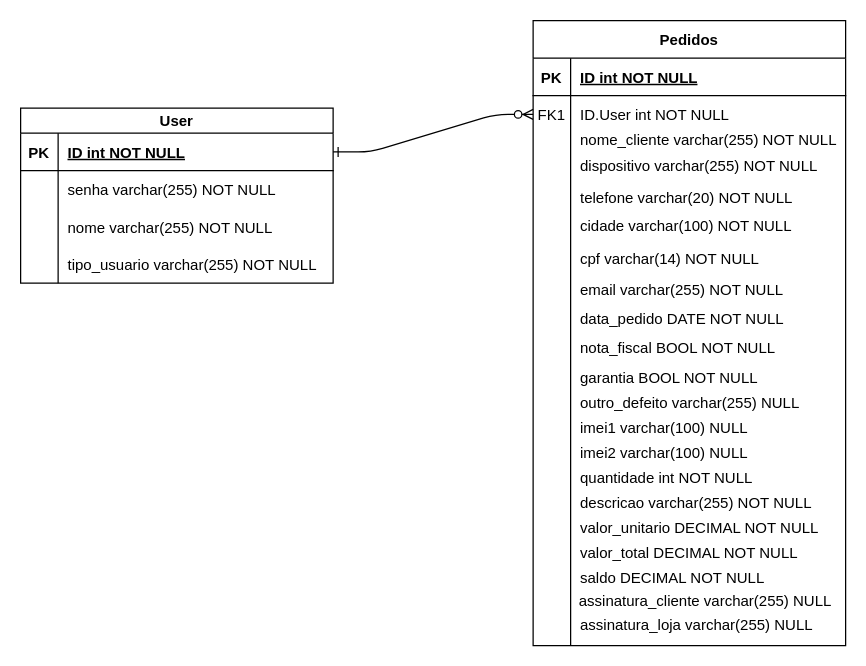
Earlier version of the draw.io diagram Modelo_Logico.drawio (ArcanjoDaGuarda/AnjoProjetos). Source tidied: cells renumbered, new cells numbered last; positions are measured from the earlier drawing's top-left corner, leaving out a move shared by most shapes. Both pictures are drawn from the tidied source at 125%, with x=0, y=0 at pixel (20, 20).
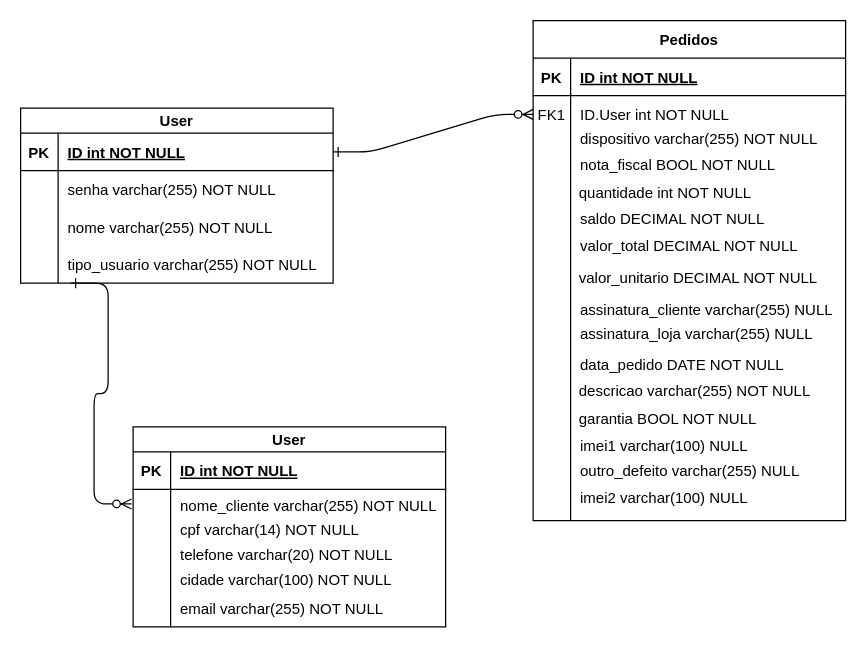
After the change.

The edit, as a diff of the source:
```diff
@@
     <mxCell id="12" value="Pedidos" style="shape=table;startSize=30;childLayout=tableLayout;rowLines=0;fontStyle=1;align=center;" parent="1" vertex="1">
-      <mxGeometry x="410" width="250" height="500" as="geometry" />
+      <mxGeometry x="410" width="250" height="400" as="geometry" />
     </mxCell>
@@
     <mxCell id="19" style="shape=partialRectangle;fillColor=none;top=0;left=0;right=0;bottom=0;" parent="12" vertex="1">
-      <mxGeometry y="90" width="250" height="410" as="geometry" />
+      <mxGeometry y="90" width="250" height="310" as="geometry" />
     </mxCell>
     <mxCell id="20" style="shape=partialRectangle;overflow=hidden;fillColor=none;top=0;left=0;bottom=0;right=0;" parent="19" vertex="1">
-      <mxGeometry width="30" height="410" as="geometry" />
+      <mxGeometry width="30" height="310" as="geometry" />
     </mxCell>
     <mxCell id="21" style="shape=partialRectangle;overflow=hidden;fillColor=none;top=0;left=0;bottom=0;right=0;align=left;spacingLeft=6;" parent="19" vertex="1">
-      <mxGeometry x="30" width="220" height="410" as="geometry" />
+      <mxGeometry x="30" width="220" height="310" as="geometry" />
     </mxCell>
     <mxCell id="22" value="nome_cliente varchar(255) NOT NULL" style="shape=partialRectangle;overflow=hidden;fillColor=none;top=0;left=0;bottom=0;right=0;align=left;spacingLeft=6;" parent="1" vertex="1">
-      <mxGeometry x="440" y="80" width="220" height="30" as="geometry" />
+      <mxGeometry x="120" y="373" width="220" height="30" as="geometry" />
     </mxCell>
     <mxCell id="23" value="dispositivo varchar(255) NOT NULL" style="shape=partialRectangle;overflow=hidden;fillColor=none;top=0;left=0;bottom=0;right=0;align=left;spacingLeft=6;" parent="1" vertex="1">
-      <mxGeometry x="440" y="101" width="220" height="30" as="geometry" />
+      <mxGeometry x="440" y="79" width="220" height="30" as="geometry" />
     </mxCell>
     <mxCell id="24" value="telefone varchar(20) NOT NULL" style="shape=partialRectangle;overflow=hidden;fillColor=none;top=0;left=0;bottom=0;right=0;align=left;spacingLeft=6;" parent="1" vertex="1">
-      <mxGeometry x="440" y="126" width="220" height="30" as="geometry" />
+      <mxGeometry x="120" y="412" width="220" height="30" as="geometry" />
     </mxCell>
     <mxCell id="25" value="cidade varchar(100) NOT NULL" style="shape=partialRectangle;overflow=hidden;fillColor=none;top=0;left=0;bottom=0;right=0;align=left;spacingLeft=6;" parent="1" vertex="1">
-      <mxGeometry x="440" y="149" width="220" height="30" as="geometry" />
+      <mxGeometry x="120" y="432" width="220" height="30" as="geometry" />
     </mxCell>
     <mxCell id="26" value="cpf varchar(14) NOT NULL" style="shape=partialRectangle;overflow=hidden;fillColor=none;top=0;left=0;bottom=0;right=0;align=left;spacingLeft=6;" parent="1" vertex="1">
-      <mxGeometry x="440" y="175" width="220" height="30" as="geometry" />
+      <mxGeometry x="120" y="392" width="220" height="30" as="geometry" />
     </mxCell>
     <mxCell id="27" value="email varchar(255) NOT NULL" style="shape=partialRectangle;overflow=hidden;fillColor=none;top=0;left=0;bottom=0;right=0;align=left;spacingLeft=6;" parent="1" vertex="1">
-      <mxGeometry x="440" y="200" width="220" height="30" as="geometry" />
+      <mxGeometry x="120" y="455" width="220" height="30" as="geometry" />
     </mxCell>
     <mxCell id="28" value="data_pedido DATE NOT NULL" style="shape=partialRectangle;overflow=hidden;fillColor=none;top=0;left=0;bottom=0;right=0;align=left;spacingLeft=6;" parent="1" vertex="1">
-      <mxGeometry x="440" y="223" width="220" height="30" as="geometry" />
+      <mxGeometry x="440" y="260" width="220" height="30" as="geometry" />
     </mxCell>
     <mxCell id="29" value="nota_fiscal BOOL NOT NULL" style="shape=partialRectangle;overflow=hidden;fillColor=none;top=0;left=0;bottom=0;right=0;align=left;spacingLeft=6;" parent="1" vertex="1">
-      <mxGeometry x="440" y="246" width="220" height="30" as="geometry" />
+      <mxGeometry x="440" y="100" width="220" height="30" as="geometry" />
     </mxCell>
     <mxCell id="30" value="garantia BOOL NOT NULL" style="shape=partialRectangle;overflow=hidden;fillColor=none;top=0;left=0;bottom=0;right=0;align=left;spacingLeft=6;" parent="1" vertex="1">
-      <mxGeometry x="440" y="270" width="220" height="30" as="geometry" />
+      <mxGeometry x="439" y="303" width="220" height="30" as="geometry" />
     </mxCell>
     <mxCell id="31" value="outro_defeito varchar(255) NULL" style="shape=partialRectangle;overflow=hidden;fillColor=none;top=0;left=0;bottom=0;right=0;align=left;spacingLeft=6;" parent="1" vertex="1">
-      <mxGeometry x="440" y="290" width="220" height="30" as="geometry" />
+      <mxGeometry x="440" y="345" width="220" height="30" as="geometry" />
     </mxCell>
     <mxCell id="32" value="imei1 varchar(100) NULL" style="shape=partialRectangle;overflow=hidden;fillColor=none;top=0;left=0;bottom=0;right=0;align=left;spacingLeft=6;" parent="1" vertex="1">
-      <mxGeometry x="440" y="310" width="220" height="30" as="geometry" />
+      <mxGeometry x="440" y="325" width="220" height="30" as="geometry" />
     </mxCell>
     <mxCell id="33" value="imei2 varchar(100) NULL" style="shape=partialRectangle;overflow=hidden;fillColor=none;top=0;left=0;bottom=0;right=0;align=left;spacingLeft=6;" parent="1" vertex="1">
-      <mxGeometry x="440" y="330" width="220" height="30" as="geometry" />
+      <mxGeometry x="440" y="366" width="220" height="30" as="geometry" />
     </mxCell>
     <mxCell id="34" value="quantidade int NOT NULL" style="shape=partialRectangle;overflow=hidden;fillColor=none;top=0;left=0;bottom=0;right=0;align=left;spacingLeft=6;" parent="1" vertex="1">
-      <mxGeometry x="440" y="350" width="220" height="30" as="geometry" />
+      <mxGeometry x="439" y="122" width="220" height="30" as="geometry" />
     </mxCell>
     <mxCell id="35" value="descricao varchar(255) NOT NULL" style="shape=partialRectangle;overflow=hidden;fillColor=none;top=0;left=0;bottom=0;right=0;align=left;spacingLeft=6;" parent="1" vertex="1">
-      <mxGeometry x="440" y="370" width="220" height="30" as="geometry" />
+      <mxGeometry x="439" y="281" width="220" height="30" as="geometry" />
     </mxCell>
     <mxCell id="36" value="valor_unitario DECIMAL NOT NULL" style="shape=partialRectangle;overflow=hidden;fillColor=none;top=0;left=0;bottom=0;right=0;align=left;spacingLeft=6;" parent="1" vertex="1">
-      <mxGeometry x="440" y="390" width="220" height="30" as="geometry" />
+      <mxGeometry x="439" y="190" width="220" height="30" as="geometry" />
     </mxCell>
     <mxCell id="37" value="valor_total DECIMAL NOT NULL" style="shape=partialRectangle;overflow=hidden;fillColor=none;top=0;left=0;bottom=0;right=0;align=left;spacingLeft=6;" parent="1" vertex="1">
-      <mxGeometry x="440" y="410" width="220" height="30" as="geometry" />
+      <mxGeometry x="440" y="165" width="220" height="30" as="geometry" />
     </mxCell>
     <mxCell id="38" value="saldo DECIMAL NOT NULL" style="shape=partialRectangle;overflow=hidden;fillColor=none;top=0;left=0;bottom=0;right=0;align=left;spacingLeft=6;" parent="1" vertex="1">
-      <mxGeometry x="440" y="430" width="220" height="30" as="geometry" />
+      <mxGeometry x="440" y="143" width="220" height="30" as="geometry" />
     </mxCell>
     <mxCell id="39" value="assinatura_cliente varchar(255) NULL" style="shape=partialRectangle;overflow=hidden;fillColor=none;top=0;left=0;bottom=0;right=0;align=left;spacingLeft=6;" parent="1" vertex="1">
-      <mxGeometry x="439" y="449" width="220" height="30" as="geometry" />
+      <mxGeometry x="440" y="216" width="220" height="30" as="geometry" />
     </mxCell>
     <mxCell id="40" value="assinatura_loja varchar(255) NULL" style="shape=partialRectangle;overflow=hidden;fillColor=none;top=0;left=0;bottom=0;right=0;align=left;spacingLeft=6;" parent="1" vertex="1">
-      <mxGeometry x="440" y="468" width="220" height="30" as="geometry" />
+      <mxGeometry x="440" y="235" width="220" height="30" as="geometry" />
     </mxCell>
+    <mxCell id="41" value="User" style="shape=table;startSize=20;childLayout=tableLayout;rowLines=0;fontStyle=1;align=center;" parent="1" vertex="1">
+      <mxGeometry x="90" y="325" width="250" height="160" as="geometry" />
+    </mxCell>
+    <mxCell id="42" style="shape=partialRectangle;fillColor=none;top=0;left=0;right=0;bottom=1;" parent="41" vertex="1">
+      <mxGeometry y="20" width="250" height="30" as="geometry" />
+    </mxCell>
+    <mxCell id="43" value="PK" style="shape=partialRectangle;overflow=hidden;fillColor=none;top=0;left=0;bottom=0;right=0;fontStyle=1;" parent="42" vertex="1">
+      <mxGeometry width="30" height="30" as="geometry" />
+    </mxCell>
+    <mxCell id="44" value="ID int NOT NULL " style="shape=partialRectangle;overflow=hidden;fillColor=none;top=0;left=0;bottom=0;right=0;align=left;spacingLeft=6;fontStyle=5;" parent="42" vertex="1">
+      <mxGeometry x="30" width="220" height="30" as="geometry" />
+    </mxCell>
+    <mxCell id="45" style="shape=partialRectangle;fillColor=none;points=[[0,0.5],[1,0.5]];portConstraint=eastwest;top=0;left=0;right=0;bottom=0;" parent="41" vertex="1">
+      <mxGeometry y="50" width="250" height="110" as="geometry" />
+    </mxCell>
+    <mxCell id="46" style="shape=partialRectangle;overflow=hidden;fillColor=none;top=0;left=0;bottom=0;right=0;" parent="45" vertex="1">
+      <mxGeometry width="30" height="110" as="geometry" />
+    </mxCell>
+    <mxCell id="47" style="shape=partialRectangle;overflow=hidden;fillColor=none;top=0;left=0;bottom=0;right=0;align=left;spacingLeft=6;" parent="45" vertex="1">
+      <mxGeometry x="30" width="220" height="110" as="geometry" />
+    </mxCell>
+    <mxCell id="48" style="edgeStyle=entityRelationEdgeStyle;endArrow=ERzeroToMany;startArrow=ERone;endFill=1;startFill=0;entryX=-0.005;entryY=0.106;entryDx=0;entryDy=0;entryPerimeter=0;" parent="1" edge="1" target="45">
+      <mxGeometry relative="1" as="geometry">
+        <mxPoint x="40" y="210" as="sourcePoint" />
+        <Array as="points">
+          <mxPoint x="220" y="280" />
+          <mxPoint x="190" y="240" />
+          <mxPoint x="120" y="390" />
+          <mxPoint x="230" y="290" />
+          <mxPoint x="200" y="270" />
+        </Array>
+      </mxGeometry>
+    </mxCell>
```
